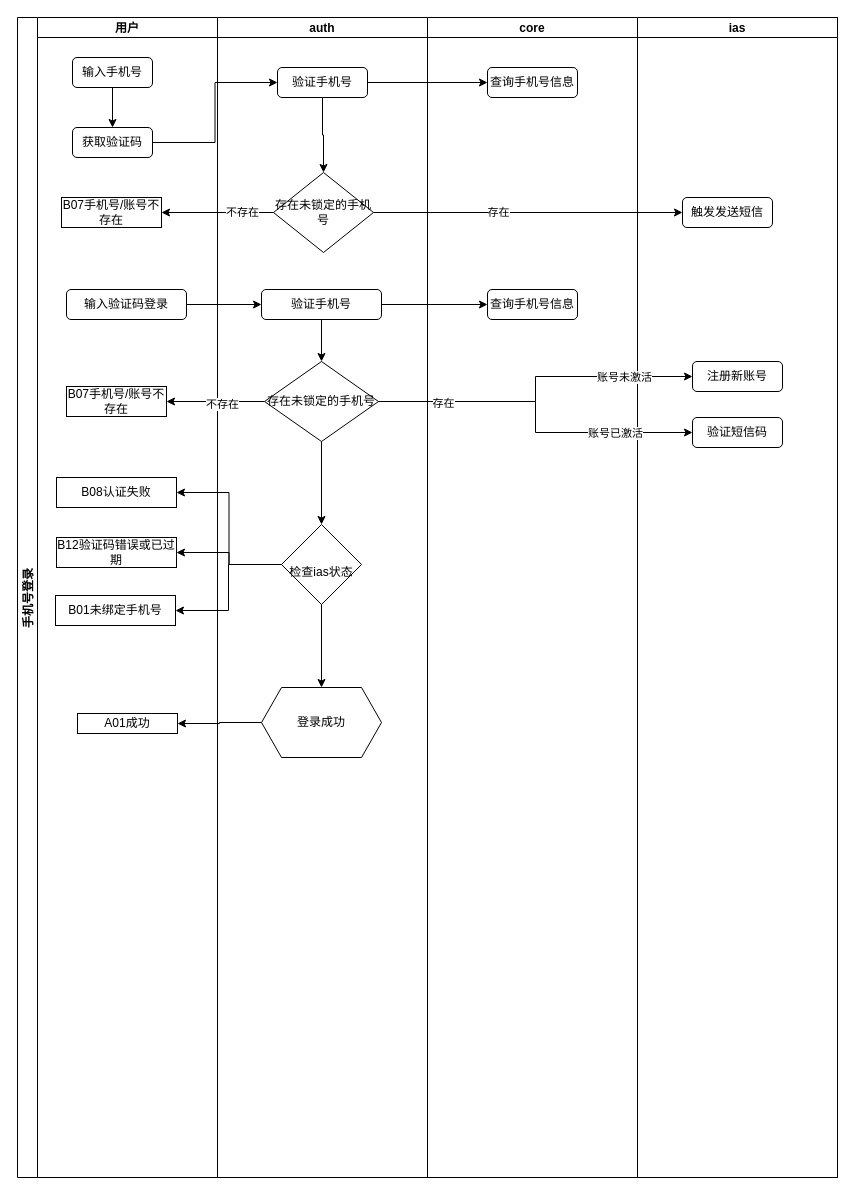
Above: page "手机号登录流程" (2 of 3) of 智学365登录流程图.drawio in rainerpiao/cloud-computing (draw.io), before the change. Source tidied: cells renumbered, new cells numbered last; positions are measured from the earlier drawing's top-left corner, leaving out a move shared by most shapes. Both pictures are drawn from the tidied source at 100%, with x=0, y=0 at pixel (17, 17).
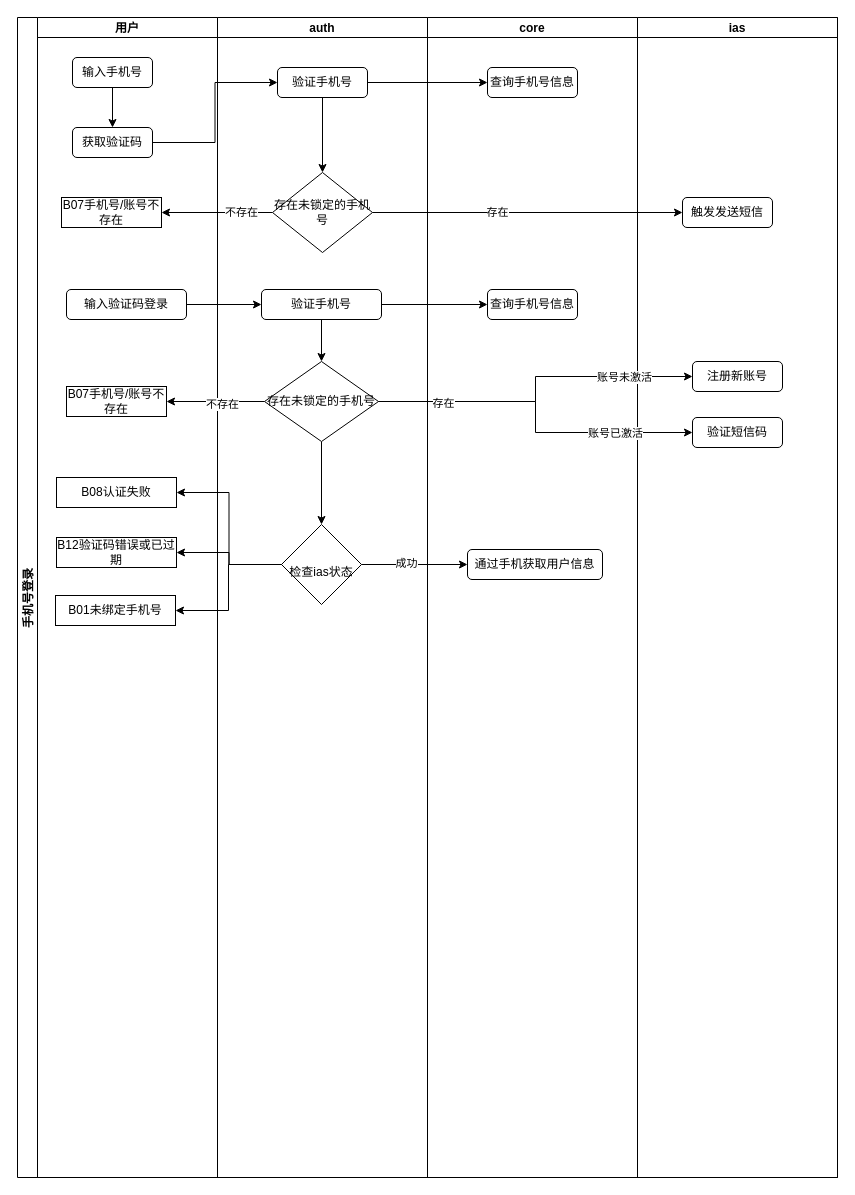
The same page after the edit.

Unchanged cells that the change refers to:
```xml
<mxCell id="2" value="手机号登录" style="swimlane;startSize=20;horizontal=0;fixedHeader=0;" parent="1" vertex="1">
  <mxGeometry width="820" height="1160" as="geometry" />
</mxCell>
<mxCell id="16" value="auth" style="swimlane;startSize=20;" parent="2" vertex="1">
  <mxGeometry x="200" width="210" height="1160" as="geometry" />
</mxCell>
<mxCell id="25" value="&lt;br class=&quot;Apple-interchange-newline&quot;&gt;检查ias状态" style="rhombus;whiteSpace=wrap;html=1;shapeInside=1;" parent="16" vertex="1">
  <mxGeometry x="64" y="507" width="80" height="80" as="geometry" />
</mxCell>
<mxCell id="30" value="core" style="swimlane;startSize=20;" parent="2" vertex="1">
  <mxGeometry x="410" width="210" height="1160" as="geometry" />
</mxCell>
```

What changed in the source:
```diff
@@
     <mxCell id="18" value="存在未锁定的手机号" style="rhombus;whiteSpace=wrap;html=1;shapeInside=1;" parent="16" vertex="1">
-      <mxGeometry x="56" y="155" width="100" height="80" as="geometry" />
+      <mxGeometry x="55" y="155" width="100" height="80" as="geometry" />
     </mxCell>
@@
-    <mxCell id="24" style="edgeStyle=orthogonalEdgeStyle;rounded=0;jettySize=auto;html=1;" parent="16" edge="1" source="25" target="26">
-      <mxGeometry relative="1" as="geometry" />
-    </mxCell>
@@
-    <mxCell id="26" value="登录成功" style="shape=hexagon;perimeter=hexagonPerimeter2;whiteSpace=wrap;html=1;shapeInside=1;fixedSize=1;" parent="16" vertex="1">
-      <mxGeometry x="44" y="670" width="120" height="70" as="geometry" />
-    </mxCell>
@@
+    <mxCell id="51" value="通过手机获取用户信息" style="rounded=1;whiteSpace=wrap;html=1;" parent="30" vertex="1">
+      <mxGeometry x="40" y="532" width="135" height="30" as="geometry" />
+    </mxCell>
@@
-    <mxCell id="49" value="A01成功" style="rounded=0;whiteSpace=wrap;html=1;" parent="1" vertex="1">
-      <mxGeometry x="60" y="696" width="100" height="20" as="geometry" />
-    </mxCell>
-    <mxCell id="50" style="edgeStyle=orthogonalEdgeStyle;rounded=0;jettySize=auto;html=1;" parent="1" edge="1" source="26" target="49">
-      <mxGeometry relative="1" as="geometry" />
-    </mxCell>
+    <mxCell id="52" style="edgeStyle=orthogonalEdgeStyle;rounded=0;jettySize=auto;html=1;" parent="2" edge="1" source="25" target="51">
+      <mxGeometry relative="1" as="geometry" />
+    </mxCell>
+    <mxCell id="53" value="成功" style="edgeLabel;html=1;align=center;verticalAlign=middle;" parent="52" vertex="1">
+      <mxGeometry x="-0.17" y="2" relative="1" as="geometry" />
+    </mxCell>
```
